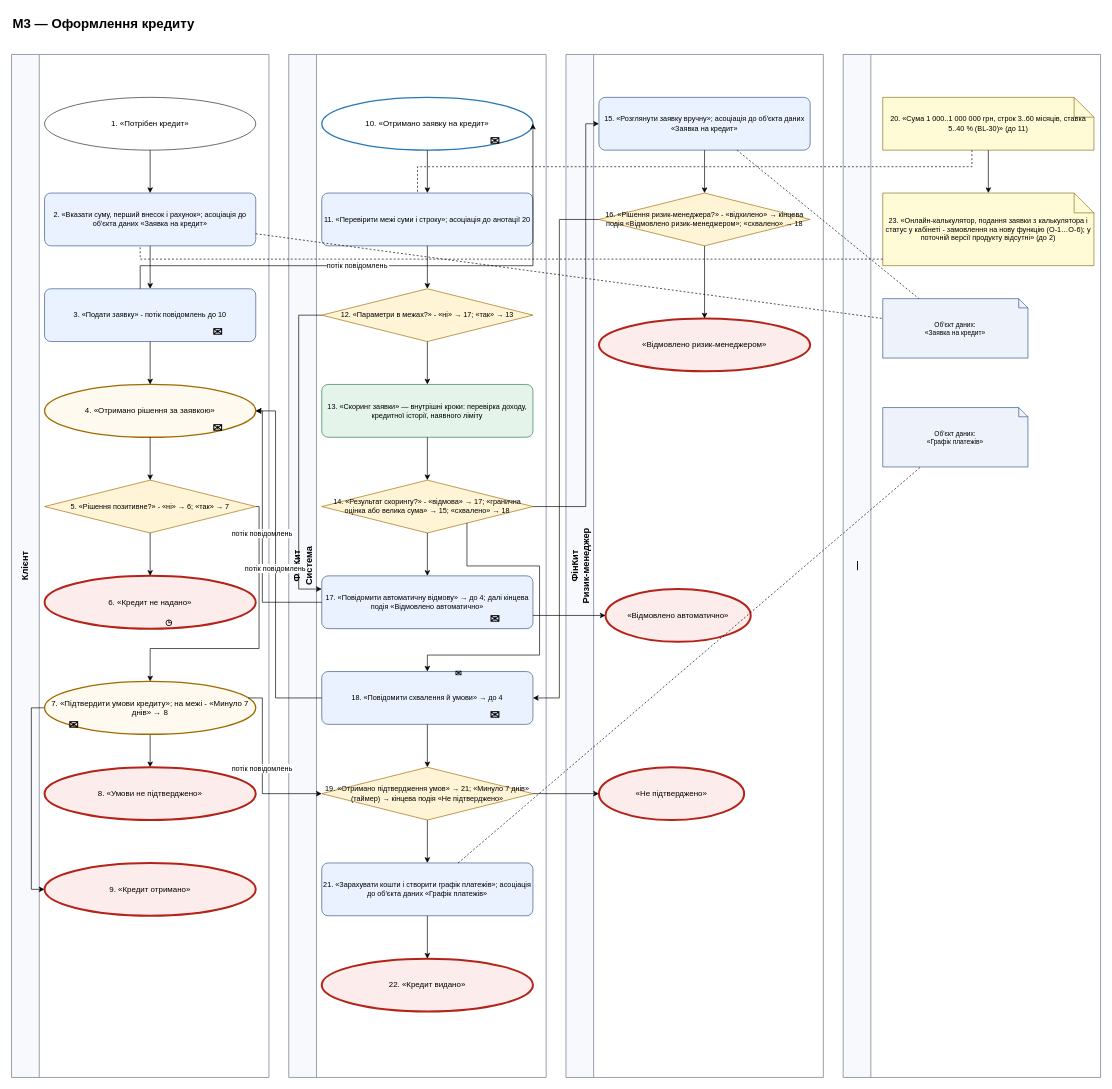
Earlier version of the draw.io diagram page "M3 — Оформлення кредиту" (3 of 4) of docs/sprint1/bpmn/models.drawio (DenisKurko/tzyapz). Source tidied: cells renumbered, new cells numbered last; positions are measured from the earlier drawing's top-left corner, leaving out a move shared by most shapes. Both pictures are drawn from the tidied source at 66%, with x=0, y=0 at pixel (11, 11).
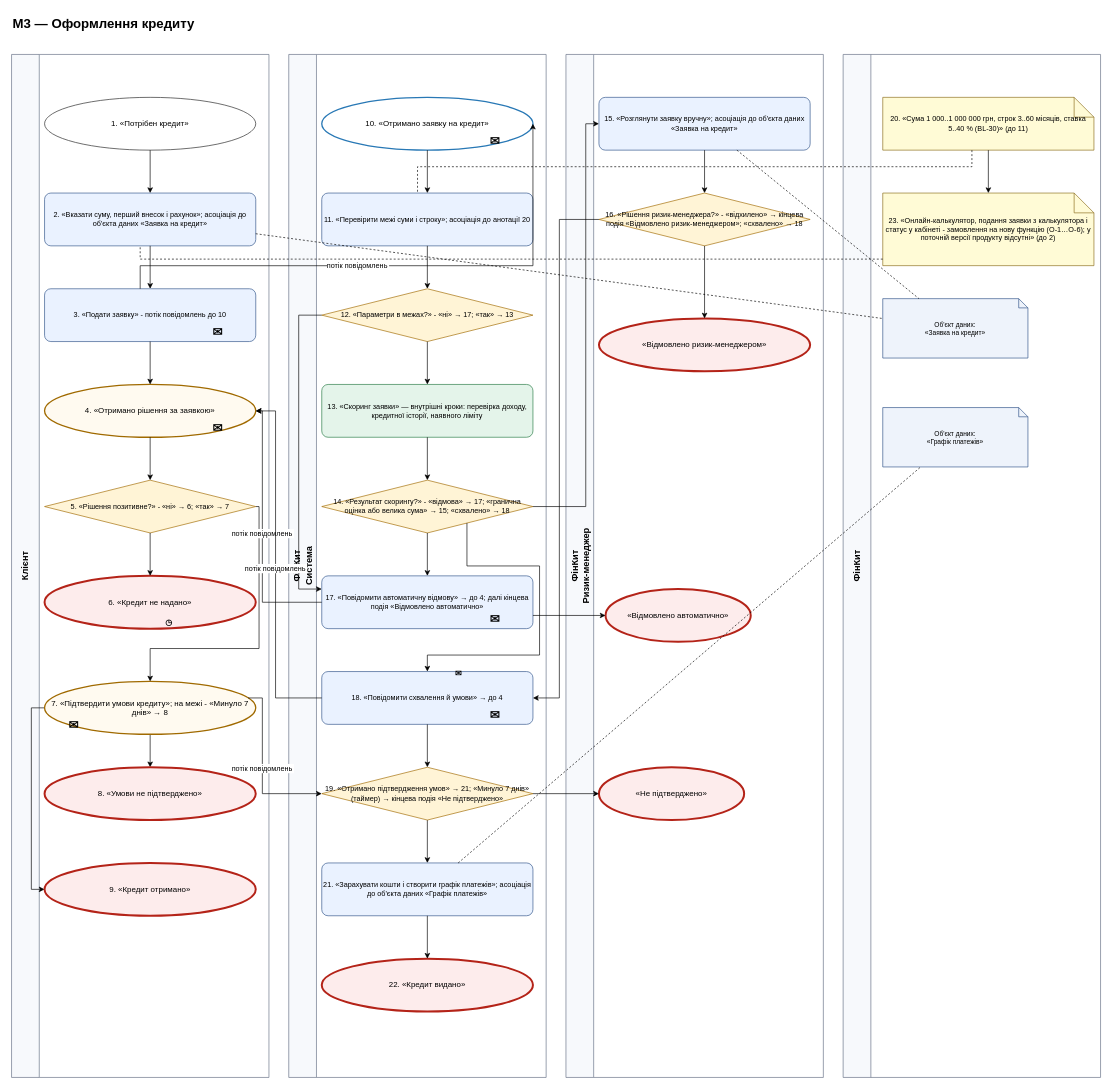
After the change.

What changed in the source:
```diff
@@
-    <mxCell id="58" value="—" style="swimlane;horizontal=0;startSize=42;fillColor=#f7f9fc;strokeColor=#667085;fontStyle=1;fontSize=14;whiteSpace=wrap;" parent="1" vertex="1">
+    <mxCell id="58" value="ФінКит" style="swimlane;horizontal=0;startSize=42;fillColor=#f7f9fc;strokeColor=#667085;fontStyle=1;fontSize=14;whiteSpace=wrap;" parent="1" vertex="1">
       <mxGeometry x="1260" y="65" width="390" height="1550" as="geometry" />
     </mxCell>
```
